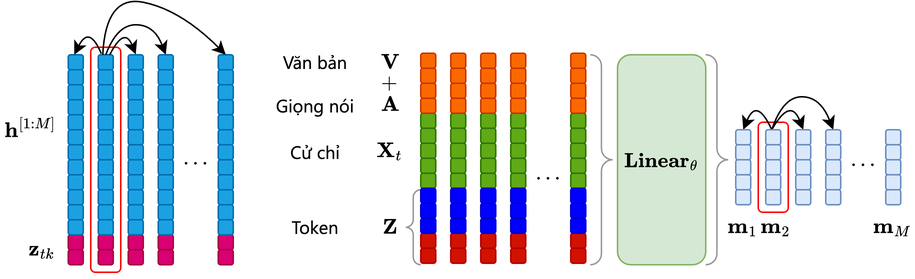
Above: thesis/images/CrossLocalAttention.png in hmthanh/master_thesis (draw.io), before the change. Source tidied: cells renumbered, new cells last; positions are measured from the earlier drawing's top-left corner, leaving out a move shared by most shapes.
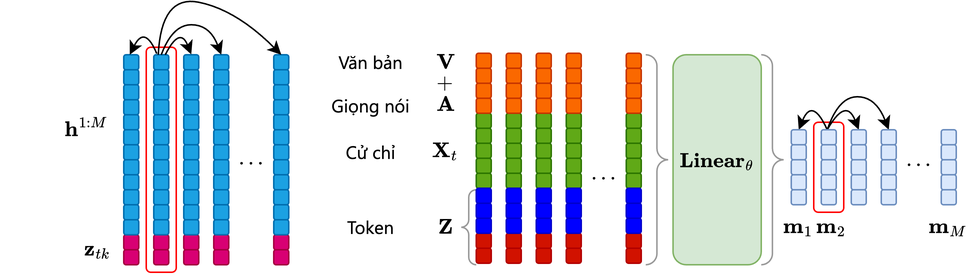
Later version of the same file.

What changed in the source:
```diff
@@ -86,7 +86,7 @@
     <mxCell id="29" value="$$\mathbf{z}_{tk}$$" style="text;html=1;align=center;verticalAlign=middle;whiteSpace=wrap;rounded=0;" parent="1" vertex="1">
       <mxGeometry x="10" y="160" width="35" height="20" as="geometry" />
     </mxCell>
-    <mxCell id="30" value="$$\mathbf{h}^{[1:M]}$$" style="text;html=1;align=center;verticalAlign=middle;whiteSpace=wrap;rounded=0;" parent="1" vertex="1">
+    <mxCell id="30" value="$$\mathbf{h}^{1:M}$$" style="text;html=1;align=center;verticalAlign=middle;whiteSpace=wrap;rounded=0;" parent="1" vertex="1">
       <mxGeometry y="80" width="40" height="20" as="geometry" />
     </mxCell>
     <mxCell id="31" value="$$\dots$$" style="text;html=1;align=center;verticalAlign=middle;whiteSpace=wrap;rounded=0;" parent="1" vertex="1">
```
